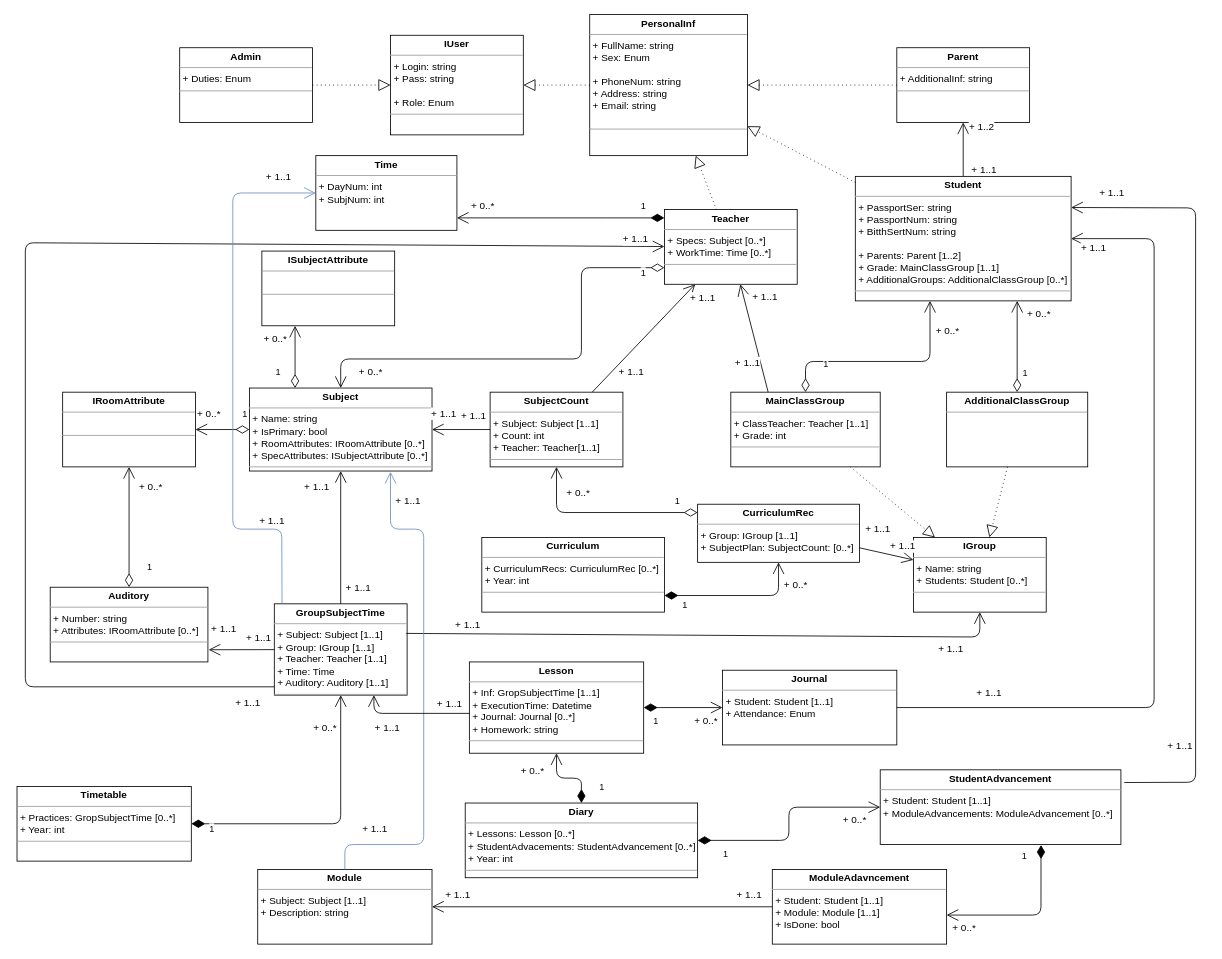
The draw.io diagram EF-1.drawio in Timur-Faskhutdinov/E-education_TF, before the edit. Source tidied: cells renumbered, new cells numbered last; positions are measured from the earlier drawing's top-left corner, leaving out a move shared by most shapes. Both pictures are drawn from the tidied source at 83%, with x=0, y=0 at pixel (17, 14).
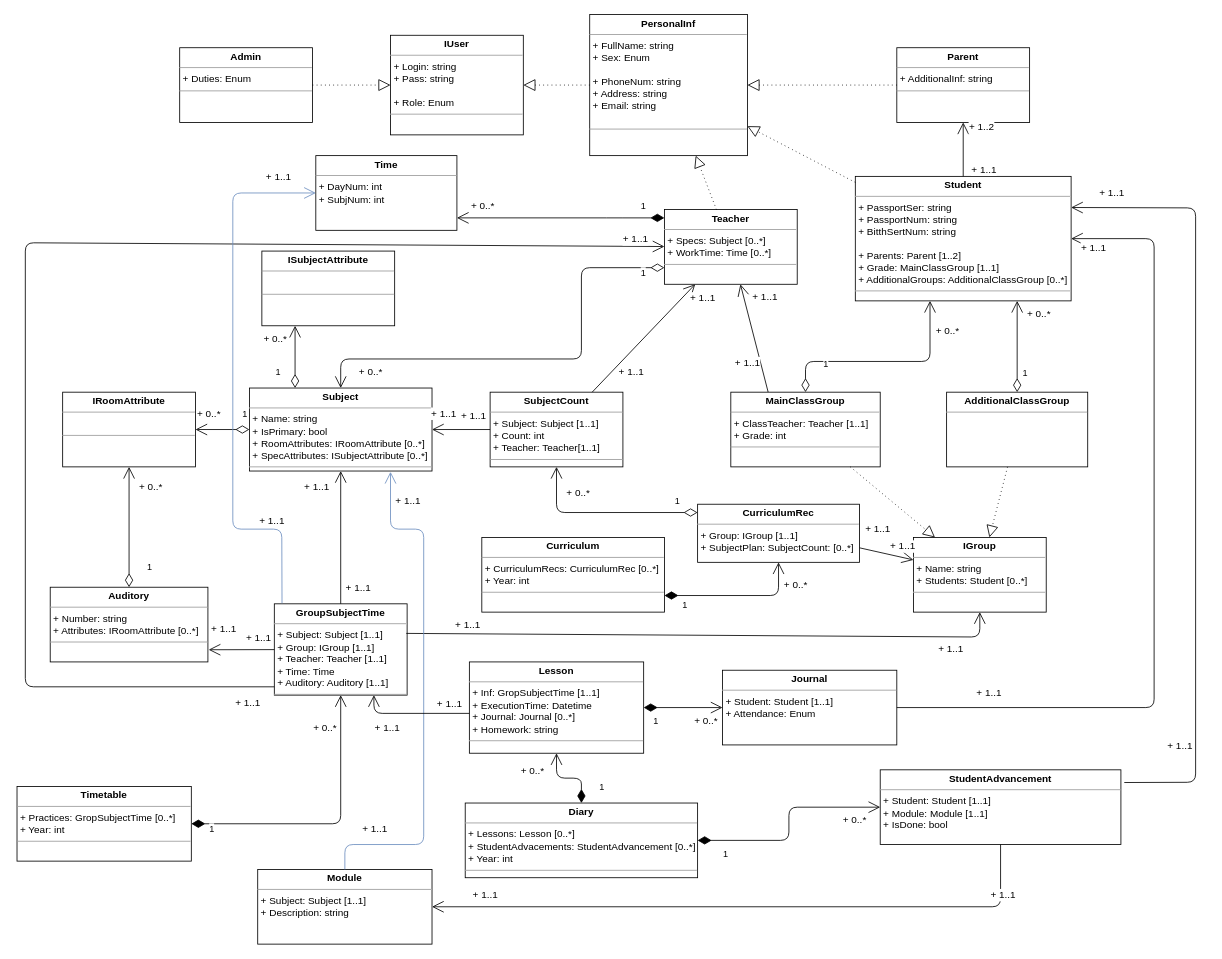
The same diagram, later.

Unchanged cells that the change refers to:
```xml
<mxCell id="78" value="&lt;p style=&quot;margin: 0px ; margin-top: 4px ; text-align: center&quot;&gt;&lt;b&gt;Module&lt;/b&gt;&lt;/p&gt;&lt;hr size=&quot;1&quot;&gt;&lt;p style=&quot;margin: 0px ; margin-left: 4px&quot;&gt;+ Subject: Subject [1..1]&lt;br&gt;&lt;/p&gt;&lt;p style=&quot;margin: 0px ; margin-left: 4px&quot;&gt;+ Description: string&lt;/p&gt;" style="verticalAlign=top;align=left;overflow=fill;fontSize=12;fontFamily=Helvetica;html=1;" parent="1" vertex="1">
  <mxGeometry x="290" y="1030" width="210" height="90" as="geometry" />
</mxCell>
```

Change to the diagram source:
```diff
@@
-    <mxCell id="77" value="&lt;p style=&quot;margin: 0px ; margin-top: 4px ; text-align: center&quot;&gt;&lt;b&gt;StudentAdvancement&lt;/b&gt;&lt;/p&gt;&lt;hr size=&quot;1&quot;&gt;&lt;p style=&quot;margin: 0px ; margin-left: 4px&quot;&gt;+ Student: Student [1..1]&lt;/p&gt;&lt;p style=&quot;margin: 0px ; margin-left: 4px&quot;&gt;+ ModuleAdvancements: ModuleAdvancement [0..*]&lt;/p&gt;" style="verticalAlign=top;align=left;overflow=fill;fontSize=12;fontFamily=Helvetica;html=1;" parent="1" vertex="1">
+    <mxCell id="77" value="&lt;p style=&quot;margin: 0px ; margin-top: 4px ; text-align: center&quot;&gt;&lt;b&gt;StudentAdvancement&lt;/b&gt;&lt;/p&gt;&lt;hr size=&quot;1&quot;&gt;&lt;p style=&quot;margin: 0px ; margin-left: 4px&quot;&gt;+ Student: Student [1..1]&lt;/p&gt;&lt;p style=&quot;margin: 0px ; margin-left: 4px&quot;&gt;+ Module: Module [1..1]&lt;/p&gt;&lt;p style=&quot;margin: 0px ; margin-left: 4px&quot;&gt;+ IsDone: bool&lt;/p&gt;" style="verticalAlign=top;align=left;overflow=fill;fontSize=12;fontFamily=Helvetica;html=1;" parent="1" vertex="1">
       <mxGeometry x="1040" y="910" width="290" height="90" as="geometry" />
     </mxCell>
@@
-    <mxCell id="82" value="&lt;p style=&quot;margin: 0px ; margin-top: 4px ; text-align: center&quot;&gt;&lt;b&gt;ModuleAdavncement&lt;/b&gt;&lt;/p&gt;&lt;hr size=&quot;1&quot;&gt;&lt;p style=&quot;margin: 0px ; margin-left: 4px&quot;&gt;&lt;span&gt;+ Student: Student [1..1]&lt;/span&gt;&lt;/p&gt;&lt;p style=&quot;margin: 0px ; margin-left: 4px&quot;&gt;+ Module: Module [1..1]&lt;/p&gt;&lt;p style=&quot;margin: 0px ; margin-left: 4px&quot;&gt;+ IsDone: bool&lt;/p&gt;" style="verticalAlign=top;align=left;overflow=fill;fontSize=12;fontFamily=Helvetica;html=1;" parent="1" vertex="1">
-      <mxGeometry x="910" y="1030" width="210" height="90" as="geometry" />
-    </mxCell>
@@
-    <mxCell id="86" style="endArrow=open;endFill=1;endSize=12;html=1;" parent="1" edge="1" source="82" target="78">
-      <mxGeometry relative="1" as="geometry" />
+    <mxCell id="86" style="endArrow=open;endFill=1;endSize=12;html=1;" parent="1" edge="1" source="77" target="78">
+      <mxGeometry relative="1" as="geometry">
+        <Array as="points">
+          <mxPoint x="1185" y="1075" />
+        </Array>
+      </mxGeometry>
     </mxCell>
@@
-    <mxCell id="89" value="1" style="endArrow=open;html=1;endSize=12;startArrow=diamondThin;startSize=14;startFill=1;edgeStyle=orthogonalEdgeStyle;align=left;verticalAlign=bottom;exitX=0.668;exitY=1.007;exitDx=0;exitDy=0;exitPerimeter=0;" parent="1" edge="1" source="77" target="82">
-      <mxGeometry x="-0.78" y="-25" relative="1" as="geometry">
-        <Array as="points">
-          <mxPoint x="1234" y="1085" />
-        </Array>
-      </mxGeometry>
-    </mxCell>
-    <mxCell id="90" value="+ 0..*" style="text;html=1;align=center;verticalAlign=middle;labelBackgroundColor=#ffffff;" parent="89" vertex="1">
-      <mxGeometry x="0.86" y="-1" relative="1" as="geometry">
-        <mxPoint x="6" y="16" as="offset" />
-      </mxGeometry>
-    </mxCell>
```
